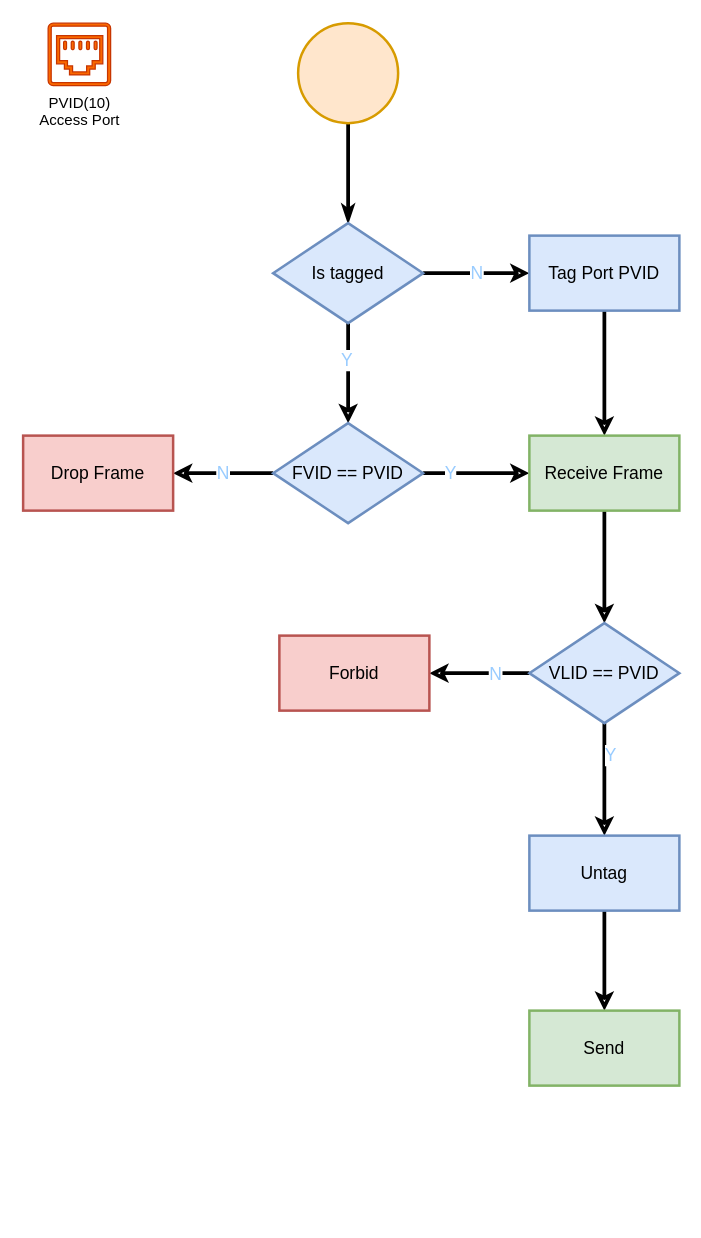
Before: page "Access Receive/Send Frame" (4 of 6) of VLAN.drawio in gaivin/drawio, a draw.io diagram. Source tidied: cells renumbered, new cells numbered last; positions are measured from the earlier drawing's top-left corner, leaving out a move shared by most shapes. Both pictures are drawn from the tidied source at 125%, with x=0, y=0 at pixel (22, 22).
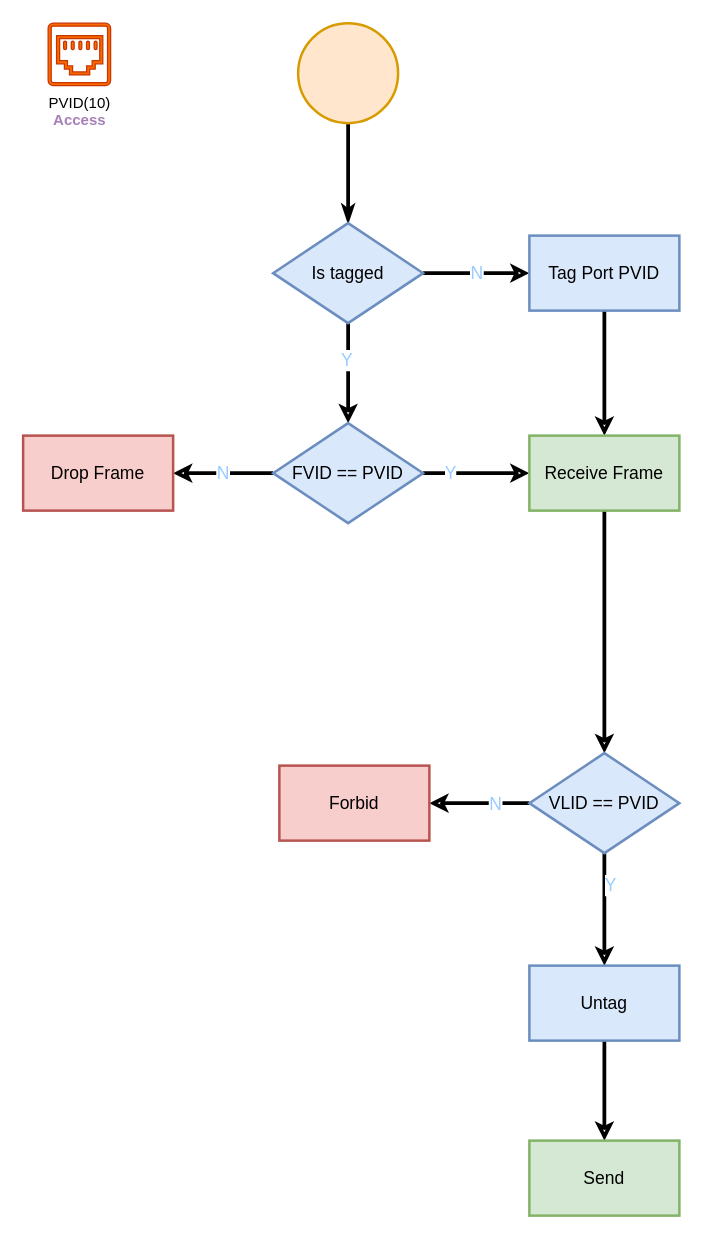
The same diagram, later.

Change to the diagram source:
```diff
@@
     <mxCell id="21" value="VLID == PVID" style="rhombus;whiteSpace=wrap;html=1;fontSize=14;rounded=0;shadow=0;sketch=0;strokeWidth=2;gradientDirection=west;fillColor=#dae8fc;strokeColor=#6c8ebf;" parent="1" vertex="1">
-      <mxGeometry x="405" y="480" width="120" height="80" as="geometry" />
+      <mxGeometry x="405" y="584" width="120" height="80" as="geometry" />
     </mxCell>
@@
     <mxCell id="23" value="Untag" style="whiteSpace=wrap;html=1;fontSize=14;fillColor=#dae8fc;strokeColor=#6c8ebf;rounded=0;shadow=0;sketch=0;strokeWidth=2;gradientDirection=west;" parent="1" vertex="1">
-      <mxGeometry x="405" y="650" width="120" height="60" as="geometry" />
+      <mxGeometry x="405" y="754" width="120" height="60" as="geometry" />
     </mxCell>
     <mxCell id="24" value="Forbid" style="whiteSpace=wrap;html=1;fontSize=14;fillColor=#f8cecc;strokeColor=#b85450;rounded=0;shadow=0;sketch=0;strokeWidth=2;gradientDirection=west;" parent="1" vertex="1">
-      <mxGeometry x="205" y="490" width="120" height="60" as="geometry" />
+      <mxGeometry x="205" y="594" width="120" height="60" as="geometry" />
     </mxCell>
     <mxCell id="25" value="Send" style="whiteSpace=wrap;html=1;fontSize=14;fillColor=#d5e8d4;strokeColor=#82b366;rounded=0;shadow=0;sketch=0;strokeWidth=2;gradientDirection=west;" parent="1" vertex="1">
-      <mxGeometry x="405" y="790" width="120" height="60" as="geometry" />
+      <mxGeometry x="405" y="894" width="120" height="60" as="geometry" />
     </mxCell>
-    <mxCell id="26" value="PVID(10)&lt;br&gt;Access Port" style="sketch=0;shadow=0;dashed=0;html=1;strokeColor=#C73500;fillColor=#fa6800;labelPosition=center;verticalLabelPosition=bottom;verticalAlign=top;align=center;shape=mxgraph.vvd.ethernet_port;fontColor=#000000;" parent="1" vertex="1">
+    <mxCell id="26" value="PVID(10)&lt;br&gt;&lt;font color=&quot;#a680b8&quot;&gt;&lt;b&gt;Access&lt;/b&gt;&lt;/font&gt;" style="sketch=0;shadow=0;dashed=0;html=1;strokeColor=#C73500;fillColor=#fa6800;labelPosition=center;verticalLabelPosition=bottom;verticalAlign=top;align=center;shape=mxgraph.vvd.ethernet_port;fontColor=#000000;" parent="1" vertex="1">
       <mxGeometry x="20" width="50" height="50" as="geometry" />
     </mxCell>
```
